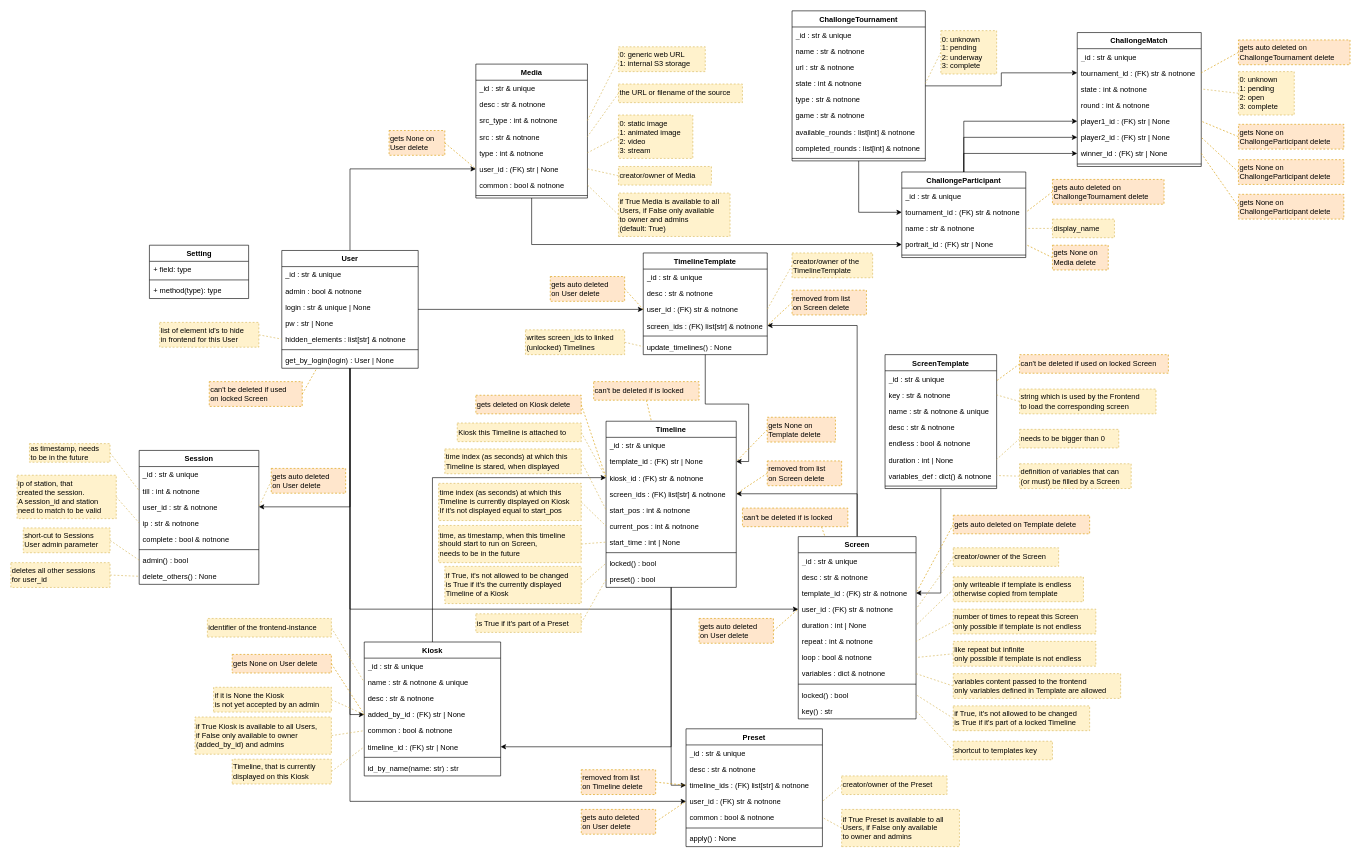
Earlier version of the draw.io diagram docs/elements.drawio (nlptournament/nlpt-kiosk). Source tidied: cells renumbered, new cells numbered last; positions are measured from the earlier drawing's top-left corner, leaving out a move shared by most shapes. Both pictures are drawn from the tidied source at 62%, with x=0, y=0 at pixel (11, 11).
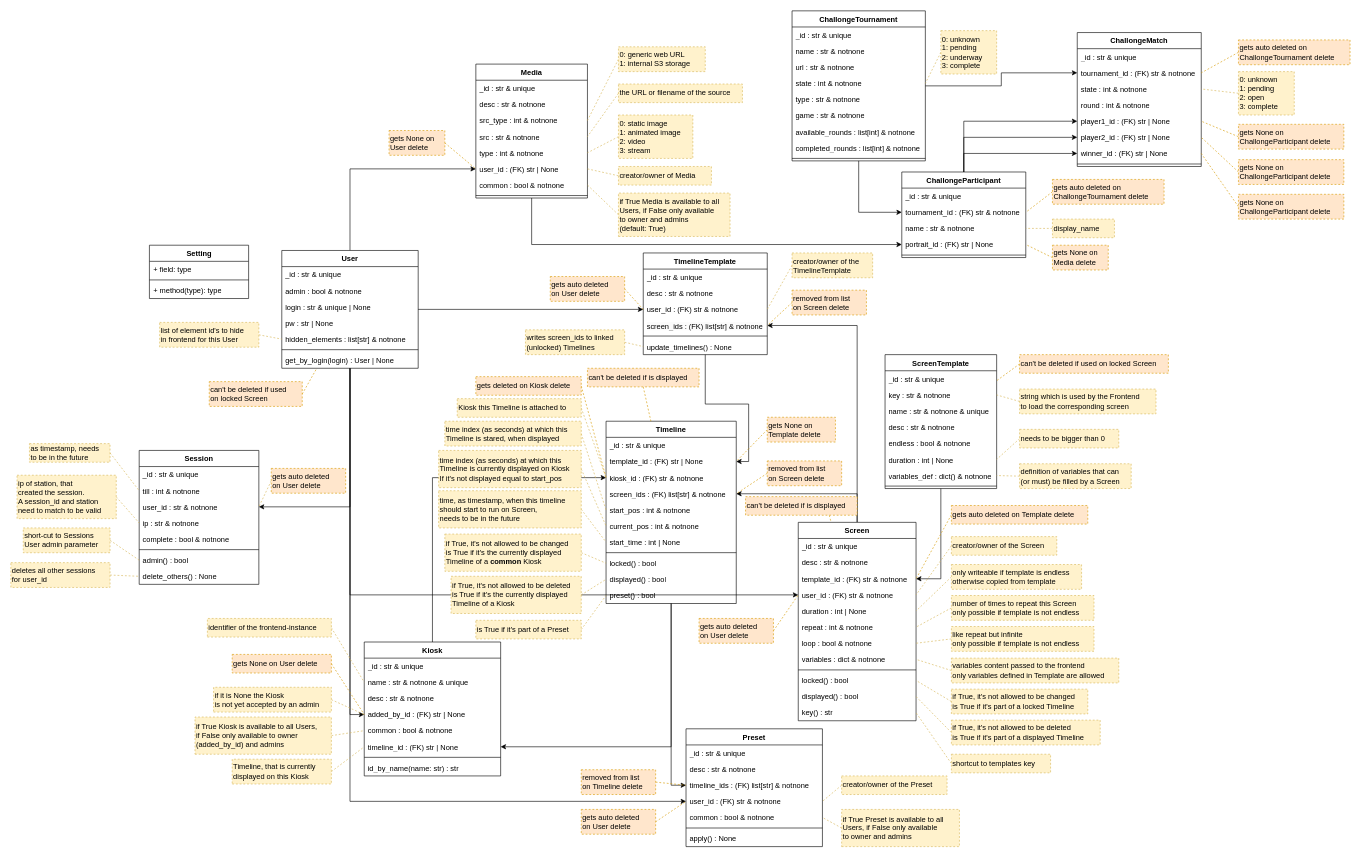
The same diagram, later.

Change to the diagram source:
```diff
@@
     <mxCell id="59" value="Timeline" style="swimlane;fontStyle=1;align=center;verticalAlign=top;horizontal=1;startSize=26;whiteSpace=wrap;html=1;" parent="1" vertex="1">
-      <mxGeometry x="960" y="661.9" width="210" height="268" as="geometry" />
+      <mxGeometry x="960" y="661.9" width="210" height="294" as="geometry" />
     </mxCell>
@@
+    <mxCell id="250" value="displayed() : bool" style="text;align=left;verticalAlign=top;spacingLeft=4;spacingRight=4;overflow=hidden;points=[[0,0.5],[1,0.5]];portConstraint=eastwest;whiteSpace=wrap;html=1;" parent="59" vertex="1">
+      <mxGeometry y="242" width="210" height="26" as="geometry" />
+    </mxCell>
     <mxCell id="69" value="preset() : bool" style="text;align=left;verticalAlign=top;spacingLeft=4;spacingRight=4;overflow=hidden;points=[[0,0.5],[1,0.5]];portConstraint=eastwest;whiteSpace=wrap;html=1;" parent="59" vertex="1">
-      <mxGeometry y="242" width="210" height="26" as="geometry" />
+      <mxGeometry y="268" width="210" height="26" as="geometry" />
     </mxCell>
@@
     <mxCell id="82" value="Screen" style="swimlane;fontStyle=1;align=center;verticalAlign=top;horizontal=1;startSize=26;whiteSpace=wrap;html=1;" parent="1" vertex="1">
-      <mxGeometry x="1270" y="848" width="190" height="294" as="geometry" />
+      <mxGeometry x="1270" y="825" width="190" height="320" as="geometry" />
     </mxCell>
@@
+    <mxCell id="251" value="displayed() : bool" style="text;align=left;verticalAlign=top;spacingLeft=4;spacingRight=4;overflow=hidden;points=[[0,0.5],[1,0.5]];portConstraint=eastwest;whiteSpace=wrap;html=1;" parent="82" vertex="1">
+      <mxGeometry y="268" width="190" height="26" as="geometry" />
+    </mxCell>
     <mxCell id="93" value="key() : str" style="text;strokeColor=none;fillColor=none;align=left;verticalAlign=top;spacingLeft=4;spacingRight=4;overflow=hidden;points=[[0,0.5],[1,0.5]];portConstraint=eastwest;whiteSpace=wrap;html=1;" parent="82" vertex="1">
-      <mxGeometry y="268" width="190" height="26" as="geometry" />
+      <mxGeometry y="294" width="190" height="26" as="geometry" />
     </mxCell>
@@
     <mxCell id="101" value="Kiosk this Timeline is attached to" style="rounded=0;whiteSpace=wrap;html=1;fillColor=#fff2cc;strokeColor=#d6b656;dashed=1;align=left;verticalAlign=middle;horizontal=1;labelPosition=center;verticalLabelPosition=middle;" parent="1" vertex="1">
-      <mxGeometry x="720" y="664.8" width="200" height="30" as="geometry" />
+      <mxGeometry x="720" y="625.5" width="200" height="30" as="geometry" />
     </mxCell>
@@
-    <mxCell id="103" value="if True, it's not allowed to be changed&lt;div&gt;is True if it's the currently displayed&lt;/div&gt;&lt;div&gt;Timeline of a Kiosk&lt;/div&gt;" style="rounded=0;whiteSpace=wrap;html=1;fillColor=#fff2cc;strokeColor=#d6b656;dashed=1;align=left;verticalAlign=middle;horizontal=1;labelPosition=center;verticalLabelPosition=middle;" parent="1" vertex="1">
-      <mxGeometry x="700" y="896" width="220" height="60" as="geometry" />
+    <mxCell id="103" value="if True, it's not allowed to be changed&lt;div&gt;is True if it's the currently displayed&lt;/div&gt;&lt;div&gt;Timeline of a &lt;b&gt;common&lt;/b&gt; Kiosk&lt;/div&gt;" style="rounded=0;whiteSpace=wrap;html=1;fillColor=#fff2cc;strokeColor=#d6b656;dashed=1;align=left;verticalAlign=middle;horizontal=1;labelPosition=center;verticalLabelPosition=middle;" parent="1" vertex="1">
+      <mxGeometry x="700" y="843.9" width="220" height="60" as="geometry" />
     </mxCell>
@@
     <mxCell id="113" value="is True if it's part of a Preset" style="rounded=0;whiteSpace=wrap;html=1;fillColor=#fff2cc;strokeColor=#d6b656;dashed=1;align=left;verticalAlign=middle;horizontal=1;labelPosition=center;verticalLabelPosition=middle;" parent="1" vertex="1">
-      <mxGeometry x="750" y="972.5" width="170" height="30" as="geometry" />
+      <mxGeometry x="750" y="983" width="170" height="30" as="geometry" />
     </mxCell>
@@
     <mxCell id="115" value="if True, it's not allowed to be changed&lt;div&gt;is True if it's part of a locked Timeline&lt;br&gt;&lt;/div&gt;" style="rounded=0;whiteSpace=wrap;html=1;fillColor=#fff2cc;strokeColor=#d6b656;dashed=1;align=left;verticalAlign=middle;horizontal=1;labelPosition=center;verticalLabelPosition=middle;" parent="1" vertex="1">
-      <mxGeometry x="1520" y="1121" width="220" height="40" as="geometry" />
+      <mxGeometry x="1517" y="1094" width="220" height="40" as="geometry" />
     </mxCell>
@@
     <mxCell id="117" value="time index (as seconds) at which this&lt;div&gt;Timeline is stared, when displayed&lt;/div&gt;" style="rounded=0;whiteSpace=wrap;html=1;dashed=1;align=left;verticalAlign=middle;horizontal=1;labelPosition=center;verticalLabelPosition=middle;fillColor=#fff2cc;strokeColor=#d6b656;" parent="1" vertex="1">
-      <mxGeometry x="700" y="706.6" width="220" height="40" as="geometry" />
+      <mxGeometry x="700" y="661.9" width="220" height="40" as="geometry" />
     </mxCell>
@@
     <mxCell id="119" value="time index (as seconds) at which this&lt;div&gt;Timeline is currently displayed on Kiosk&lt;br&gt;&lt;/div&gt;&lt;div&gt;If it's not displayed equal to start_pos&lt;/div&gt;" style="rounded=0;whiteSpace=wrap;html=1;fillColor=#fff2cc;strokeColor=#d6b656;dashed=1;align=left;verticalAlign=middle;horizontal=1;labelPosition=center;verticalLabelPosition=middle;" parent="1" vertex="1">
-      <mxGeometry x="690" y="762.1" width="230" height="60" as="geometry" />
+      <mxGeometry x="690" y="709" width="230" height="60" as="geometry" />
     </mxCell>
@@
     <mxCell id="121" value="&lt;div&gt;only writeable if template is endless&lt;/div&gt;&lt;div&gt;otherwise copied from template&lt;/div&gt;" style="rounded=0;whiteSpace=wrap;html=1;fillColor=#fff2cc;strokeColor=#d6b656;dashed=1;align=left;verticalAlign=middle;horizontal=1;labelPosition=center;verticalLabelPosition=middle;" parent="1" vertex="1">
-      <mxGeometry x="1520" y="913" width="210" height="40" as="geometry" />
+      <mxGeometry x="1517" y="893" width="210" height="40" as="geometry" />
     </mxCell>
@@
     <mxCell id="123" value="&lt;div&gt;number of times to repeat this Screen&lt;/div&gt;&lt;div&gt;only possible if template is not endless&lt;/div&gt;" style="rounded=0;whiteSpace=wrap;html=1;fillColor=#fff2cc;strokeColor=#d6b656;dashed=1;align=left;verticalAlign=middle;horizontal=1;labelPosition=center;verticalLabelPosition=middle;" parent="1" vertex="1">
-      <mxGeometry x="1520" y="965" width="230" height="40" as="geometry" />
+      <mxGeometry x="1517" y="943" width="230" height="40" as="geometry" />
     </mxCell>
@@
     <mxCell id="125" value="&lt;div&gt;like repeat but infinite&lt;/div&gt;&lt;div&gt;only possible if template is not endless&lt;/div&gt;" style="rounded=0;whiteSpace=wrap;html=1;fillColor=#fff2cc;strokeColor=#d6b656;dashed=1;align=left;verticalAlign=middle;horizontal=1;labelPosition=center;verticalLabelPosition=middle;" parent="1" vertex="1">
-      <mxGeometry x="1520" y="1017" width="230" height="40" as="geometry" />
+      <mxGeometry x="1517" y="993" width="230" height="40" as="geometry" />
     </mxCell>
@@
     <mxCell id="131" value="&lt;div&gt;shortcut to templates key&lt;/div&gt;" style="rounded=0;whiteSpace=wrap;html=1;fillColor=#fff2cc;strokeColor=#d6b656;dashed=1;align=left;verticalAlign=middle;horizontal=1;labelPosition=center;verticalLabelPosition=middle;" parent="1" vertex="1">
-      <mxGeometry x="1520" y="1178" width="160" height="30" as="geometry" />
+      <mxGeometry x="1517" y="1199" width="160" height="30" as="geometry" />
     </mxCell>
@@
     <mxCell id="133" value="&lt;div&gt;creator/owner of the Screen&lt;/div&gt;" style="rounded=0;whiteSpace=wrap;html=1;fillColor=#fff2cc;strokeColor=#d6b656;dashed=1;align=left;verticalAlign=middle;horizontal=1;labelPosition=center;verticalLabelPosition=middle;" parent="1" vertex="1">
-      <mxGeometry x="1520" y="866" width="170" height="30" as="geometry" />
+      <mxGeometry x="1517" y="848" width="170" height="30" as="geometry" />
     </mxCell>
@@
     <mxCell id="141" value="gets deleted on Kiosk&amp;nbsp;delete" style="rounded=0;whiteSpace=wrap;html=1;fillColor=#ffe6cc;strokeColor=#d79b00;dashed=1;align=left;verticalAlign=middle;horizontal=1;labelPosition=center;verticalLabelPosition=middle;" parent="1" vertex="1">
-      <mxGeometry x="750" y="620" width="170" height="30" as="geometry" />
+      <mxGeometry x="750" y="590" width="170" height="30" as="geometry" />
     </mxCell>
@@
     <mxCell id="145" value="gets auto deleted on Template delete" style="rounded=0;whiteSpace=wrap;html=1;fillColor=#ffe6cc;strokeColor=#d79b00;dashed=1;align=left;verticalAlign=middle;horizontal=1;labelPosition=center;verticalLabelPosition=middle;" parent="1" vertex="1">
-      <mxGeometry x="1520" y="813.5" width="220" height="30" as="geometry" />
+      <mxGeometry x="1517" y="797.8" width="220" height="30" as="geometry" />
     </mxCell>
@@
     <mxCell id="159" value="&lt;div&gt;variables content passed to the frontend&lt;/div&gt;&lt;div&gt;only variables defined in Template are allowed&lt;/div&gt;" style="rounded=0;whiteSpace=wrap;html=1;fillColor=#fff2cc;strokeColor=#d6b656;dashed=1;align=left;verticalAlign=middle;horizontal=1;labelPosition=center;verticalLabelPosition=middle;" parent="1" vertex="1">
-      <mxGeometry x="1520" y="1069" width="270" height="40" as="geometry" />
+      <mxGeometry x="1517" y="1044" width="270" height="40" as="geometry" />
     </mxCell>
@@
-    <mxCell id="169" value="can't be deleted if is locked" style="rounded=0;whiteSpace=wrap;html=1;fillColor=#ffe6cc;strokeColor=#d79b00;dashed=1;align=left;verticalAlign=middle;horizontal=1;labelPosition=center;verticalLabelPosition=middle;" parent="1" vertex="1">
-      <mxGeometry x="1180" y="802" width="170" height="30" as="geometry" />
+    <mxCell id="169" value="can't be deleted if is displayed" style="rounded=0;whiteSpace=wrap;html=1;fillColor=#ffe6cc;strokeColor=#d79b00;dashed=1;align=left;verticalAlign=middle;horizontal=1;labelPosition=center;verticalLabelPosition=middle;" parent="1" vertex="1">
+      <mxGeometry x="1185" y="783.5" width="180" height="30" as="geometry" />
     </mxCell>
@@
-    <mxCell id="171" value="can't be deleted if is locked" style="rounded=0;whiteSpace=wrap;html=1;fillColor=#ffe6cc;strokeColor=#d79b00;dashed=1;align=left;verticalAlign=middle;horizontal=1;labelPosition=center;verticalLabelPosition=middle;" parent="1" vertex="1">
-      <mxGeometry x="940" y="598" width="170" height="30" as="geometry" />
+    <mxCell id="171" value="can't be deleted if is displayed" style="rounded=0;whiteSpace=wrap;html=1;fillColor=#ffe6cc;strokeColor=#d79b00;dashed=1;align=left;verticalAlign=middle;horizontal=1;labelPosition=center;verticalLabelPosition=middle;" parent="1" vertex="1">
+      <mxGeometry x="930" y="576.5" width="180" height="30" as="geometry" />
     </mxCell>
@@
     <mxCell id="177" value="time, as timestamp, when this timeline&lt;div&gt;should start to run on Screen,&lt;/div&gt;&lt;div&gt;needs to be in the future&lt;/div&gt;" style="rounded=0;whiteSpace=wrap;html=1;fillColor=#fff2cc;strokeColor=#d6b656;dashed=1;align=left;verticalAlign=middle;horizontal=1;labelPosition=center;verticalLabelPosition=middle;" parent="1" vertex="1">
-      <mxGeometry x="690" y="830" width="230" height="60" as="geometry" />
+      <mxGeometry x="690" y="774" width="230" height="60" as="geometry" />
     </mxCell>
@@
+    <mxCell id="252" style="html=1;exitX=0;exitY=0.5;exitDx=0;exitDy=0;entryX=1;entryY=0.5;entryDx=0;entryDy=0;dashed=1;endArrow=none;endFill=0;fillColor=#fff2cc;strokeColor=#d6b656;" parent="1" edge="1" source="253" target="251">
+      <mxGeometry relative="1" as="geometry" />
+    </mxCell>
+    <mxCell id="253" value="if True, it's not allowed to be deleted&lt;div&gt;is True if it's part of a displayed Timeline&lt;br&gt;&lt;/div&gt;" style="rounded=0;whiteSpace=wrap;html=1;fillColor=#fff2cc;strokeColor=#d6b656;dashed=1;align=left;verticalAlign=middle;horizontal=1;labelPosition=center;verticalLabelPosition=middle;" parent="1" vertex="1">
+      <mxGeometry x="1517" y="1144" width="240" height="40" as="geometry" />
+    </mxCell>
+    <mxCell id="254" style="edgeStyle=none;html=1;exitX=1;exitY=0.5;exitDx=0;exitDy=0;entryX=0;entryY=0.5;entryDx=0;entryDy=0;dashed=1;endArrow=none;endFill=0;fillColor=#fff2cc;strokeColor=#d6b656;" parent="1" edge="1" source="255" target="250">
+      <mxGeometry relative="1" as="geometry" />
+    </mxCell>
+    <mxCell id="255" value="if True, it's not allowed to be deleted&lt;div&gt;is True if it's the currently displayed&lt;/div&gt;&lt;div&gt;Timeline of a Kiosk&lt;/div&gt;" style="rounded=0;whiteSpace=wrap;html=1;fillColor=#fff2cc;strokeColor=#d6b656;dashed=1;align=left;verticalAlign=middle;horizontal=1;labelPosition=center;verticalLabelPosition=middle;" parent="1" vertex="1">
+      <mxGeometry x="710" y="912" width="210" height="60" as="geometry" />
+    </mxCell>
```
